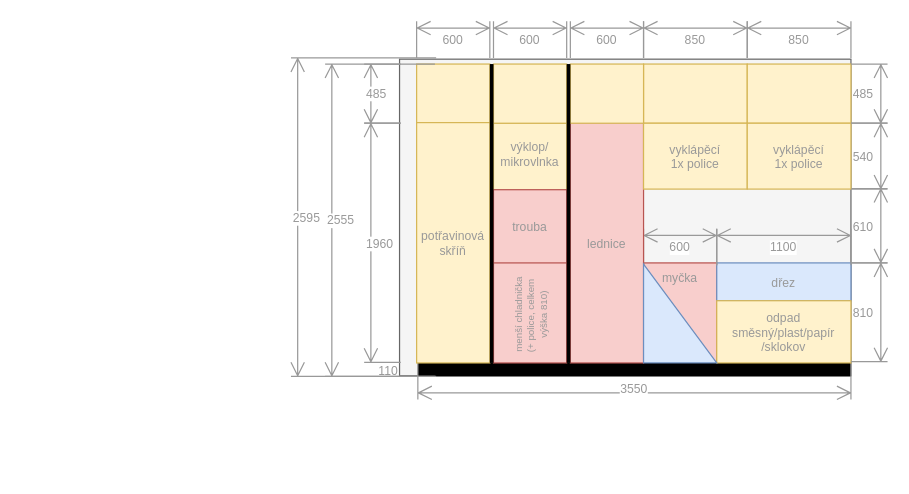
This is docs/src/static/drawings/kitchen.wall-watter.drawio from surquest/flat-renovation, a draw.io file, before an edit. Source tidied: cells renumbered, new cells numbered last; positions are measured from the earlier drawing's top-left corner, leaving out a move shared by most shapes. Both pictures are drawn from the tidied source at 122%, with x=0, y=0 at pixel (290, 21).
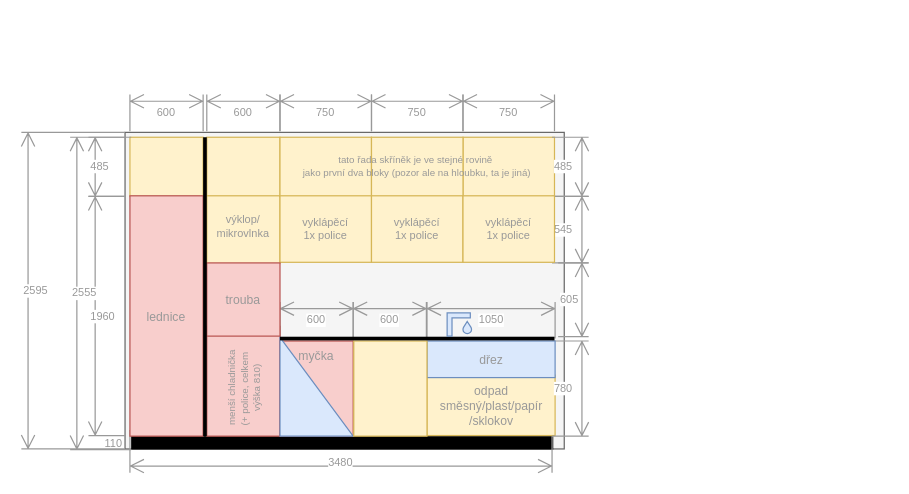
Above is the later version.

Change to the diagram source:
```diff
@@
-    <mxCell id="2" style="rounded=0;whiteSpace=wrap;html=1;strokeColor=#666666;fillColor=#f5f5f5;fontColor=#999999;fontSize=10;" parent="1" vertex="1">
-      <mxGeometry x="89" y="31" width="370" height="259.5" as="geometry" />
-    </mxCell>
-    <mxCell id="3" style="rounded=0;whiteSpace=wrap;html=1;fillColor=#fff2cc;strokeColor=#d6b656;fontSize=10;fontColor=#999999;" parent="1" vertex="1">
-      <mxGeometry x="166" y="83.5" width="60" height="56.5" as="geometry" />
-    </mxCell>
-    <mxCell id="4" style="rounded=0;whiteSpace=wrap;html=1;fillColor=#000000;fontColor=#999999;strokeColor=none;fontSize=10;flipV=1;" parent="1" vertex="1">
-      <mxGeometry x="104" y="280" width="355" height="11" as="geometry" />
-    </mxCell>
-    <mxCell id="5" style="rounded=0;whiteSpace=wrap;html=1;fillColor=#f8cecc;strokeColor=#b85450;fontSize=10;" parent="1" vertex="1">
-      <mxGeometry x="166" y="190" width="60" height="90" as="geometry" />
-    </mxCell>
+    <mxCell id="41" style="rounded=0;whiteSpace=wrap;html=1;strokeColor=#666666;fillColor=#f5f5f5;fontColor=#999999;fontSize=10;" parent="1" vertex="1">
+      <mxGeometry x="-136" y="91" width="360" height="259.5" as="geometry" />
+    </mxCell>
+    <mxCell id="42" style="rounded=0;whiteSpace=wrap;html=1;fillColor=#fff2cc;strokeColor=#d6b656;fontSize=10;fontColor=#999999;" parent="1" vertex="1">
+      <mxGeometry x="-132" y="95" width="60" height="48.5" as="geometry" />
+    </mxCell>
+    <mxCell id="43" style="rounded=0;whiteSpace=wrap;html=1;fillColor=#fff2cc;strokeColor=#d6b656;fontSize=10;fontColor=#999999;" parent="1" vertex="1">
+      <mxGeometry x="-69" y="142.5" width="60" height="56" as="geometry" />
+    </mxCell>
+    <mxCell id="44" style="rounded=0;whiteSpace=wrap;html=1;fillColor=#000000;fontColor=#999999;strokeColor=none;fontSize=10;flipV=1;" parent="1" vertex="1">
+      <mxGeometry x="-131" y="340" width="346" height="11" as="geometry" />
+    </mxCell>
+    <mxCell id="45" style="rounded=0;whiteSpace=wrap;html=1;fillColor=#fff2cc;strokeColor=#d6b656;fontSize=10;fontColor=#999999;" parent="1" vertex="1">
+      <mxGeometry x="141" y="95" width="75" height="48.5" as="geometry" />
+    </mxCell>
+    <mxCell id="46" style="rounded=0;whiteSpace=wrap;html=1;fillColor=#f8cecc;strokeColor=#b85450;fontSize=10;" parent="1" vertex="1">
+      <mxGeometry x="-69" y="250" width="60" height="90" as="geometry" />
+    </mxCell>
-    <mxCell id="6" value="110" style="shape=dimension;direction=south;whiteSpace=wrap;html=1;align=right;verticalAlign=middle;labelBackgroundColor=#ffffff;strokeColor=none;fontSize=10;fontColor=#999999;" parent="1" vertex="1">
-      <mxGeometry x="50" y="280" width="40" height="11" as="geometry" />
+    <mxCell id="6" value="110" style="shape=dimension;direction=south;whiteSpace=wrap;html=1;align=right;verticalAlign=middle;labelBackgroundColor=#ffffff;strokeColor=none;fontSize=9;fontColor=#999999;" parent="1" vertex="1">
+      <mxGeometry x="-176" y="340" width="40" height="11" as="geometry" />
     </mxCell>
     <mxCell id="7" value="myčka" style="rounded=0;whiteSpace=wrap;html=1;fillColor=#f8cecc;strokeColor=#b85450;fontColor=#999999;fontSize=10;verticalAlign=top;" parent="1" vertex="1">
-      <mxGeometry x="289" y="198" width="60" height="81" as="geometry" />
+      <mxGeometry x="-9" y="262" width="60" height="78" as="geometry" />
     </mxCell>
-    <mxCell id="8" value="3550" style="shape=dimension;direction=east;whiteSpace=wrap;html=1;align=center;verticalAlign=bottom;spacingTop=-8;labelBackgroundColor=#ffffff;strokeColor=#999999;fontSize=10;fontColor=#999999;" parent="1" vertex="1">
-      <mxGeometry x="104" y="275" width="355" height="35" as="geometry" />
-    </mxCell>
-    <mxCell id="9" value="600" style="shape=dimension;direction=west;whiteSpace=wrap;html=1;align=center;verticalAlign=middle;labelBackgroundColor=#ffffff;strokeColor=#999999;fontSize=10;fontColor=#999999;" parent="1" vertex="1">
-      <mxGeometry x="166" width="60" height="30" as="geometry" />
-    </mxCell>
-    <mxCell id="10" value="dřez" style="rounded=0;whiteSpace=wrap;html=1;fillColor=#dae8fc;strokeColor=#6c8ebf;fontSize=10;fontColor=#999999;" parent="1" vertex="1">
-      <mxGeometry x="349" y="198" width="110" height="31" as="geometry" />
-    </mxCell>
-    <mxCell id="11" value="610" style="shape=dimension;direction=south;whiteSpace=wrap;html=1;align=left;verticalAlign=middle;labelBackgroundColor=#ffffff;strokeColor=#999999;flipV=1;flipH=1;fontSize=10;fontColor=#999999;" parent="1" vertex="1">
-      <mxGeometry x="459" y="137" width="30" height="61" as="geometry" />
-    </mxCell>
+    <mxCell id="47" value="3480" style="shape=dimension;direction=east;whiteSpace=wrap;html=1;align=center;verticalAlign=bottom;spacingTop=-8;labelBackgroundColor=#ffffff;strokeColor=#999999;fontSize=9;fontColor=#999999;" parent="1" vertex="1">
+      <mxGeometry x="-132" y="335" width="346" height="35" as="geometry" />
+    </mxCell>
+    <mxCell id="48" value="600" style="shape=dimension;direction=west;whiteSpace=wrap;html=1;align=center;verticalAlign=middle;labelBackgroundColor=#ffffff;strokeColor=#999999;fontSize=9;fontColor=#999999;" parent="1" vertex="1">
+      <mxGeometry x="-69" y="60" width="60" height="30" as="geometry" />
+    </mxCell>
+    <mxCell id="49" value="605" style="shape=dimension;direction=south;whiteSpace=wrap;html=1;align=left;verticalAlign=middle;labelBackgroundColor=#ffffff;strokeColor=#999999;flipV=1;flipH=1;fontSize=9;fontColor=#999999;" parent="1" vertex="1">
+      <mxGeometry x="219" y="198" width="25" height="60.5" as="geometry" />
+    </mxCell>
-    <mxCell id="12" value="2595" style="shape=dimension;direction=south;whiteSpace=wrap;html=1;align=left;verticalAlign=middle;labelBackgroundColor=#ffffff;strokeColor=#999999;fontSize=10;fontColor=#999999;" parent="1" vertex="1">
-      <mxGeometry y="30" width="119" height="261" as="geometry" />
+    <mxCell id="12" value="2595" style="shape=dimension;direction=south;whiteSpace=wrap;html=1;align=left;verticalAlign=middle;labelBackgroundColor=#ffffff;strokeColor=#999999;fontSize=9;fontColor=#999999;" parent="1" vertex="1">
+      <mxGeometry x="-221" y="91" width="85" height="259.5" as="geometry" />
     </mxCell>
-    <mxCell id="13" value="1960" style="shape=dimension;direction=south;whiteSpace=wrap;html=1;align=left;verticalAlign=middle;labelBackgroundColor=#ffffff;strokeColor=#999999;fontSize=10;fontColor=#999999;" parent="1" vertex="1">
-      <mxGeometry x="60" y="83.5" width="30" height="196" as="geometry" />
+    <mxCell id="13" value="1960" style="shape=dimension;direction=south;whiteSpace=wrap;html=1;align=left;verticalAlign=middle;labelBackgroundColor=#ffffff;strokeColor=#999999;fontSize=9;fontColor=#999999;" parent="1" vertex="1">
+      <mxGeometry x="-166" y="143.5" width="30" height="196" as="geometry" />
     </mxCell>
     <mxCell id="14" value="odpad&lt;br style=&quot;font-size: 10px;&quot;&gt;směsný/plast/papír&lt;div&gt;/sklo&lt;span style=&quot;background-color: initial;&quot;&gt;kov&lt;/span&gt;&lt;/div&gt;" style="rounded=0;whiteSpace=wrap;html=1;fillColor=#fff2cc;strokeColor=#d6b656;fontColor=#999999;fontSize=10;" parent="1" vertex="1">
-      <mxGeometry x="349" y="229" width="110" height="51" as="geometry" />
+      <mxGeometry x="111.5" y="290" width="105" height="49.5" as="geometry" />
     </mxCell>
-    <mxCell id="15" value="1100" style="shape=dimension;direction=west;whiteSpace=wrap;html=1;align=center;verticalAlign=middle;labelBackgroundColor=#ffffff;strokeColor=#999999;fontSize=10;fontColor=#999999;" parent="1" vertex="1">
-      <mxGeometry x="349" y="170" width="110" height="30" as="geometry" />
-    </mxCell>
-    <mxCell id="16" style="rounded=0;whiteSpace=wrap;html=1;fillColor=#fff2cc;strokeColor=#d6b656;fontSize=10;fontColor=#999999;" parent="1" vertex="1">
-      <mxGeometry x="103" y="35" width="60" height="48.5" as="geometry" />
-    </mxCell>
-    <mxCell id="17" value="600" style="shape=dimension;direction=west;whiteSpace=wrap;html=1;align=center;verticalAlign=middle;labelBackgroundColor=#ffffff;strokeColor=#999999;fontSize=10;fontColor=#999999;" parent="1" vertex="1">
-      <mxGeometry x="289" y="170" width="60" height="30" as="geometry" />
-    </mxCell>
+    <mxCell id="50" value="600" style="shape=dimension;direction=west;whiteSpace=wrap;html=1;align=center;verticalAlign=middle;labelBackgroundColor=#ffffff;strokeColor=#999999;fontSize=9;fontColor=#999999;" parent="1" vertex="1">
+      <mxGeometry x="-9" y="230" width="60" height="30" as="geometry" />
+    </mxCell>
     <mxCell id="18" value="lednice" style="rounded=0;whiteSpace=wrap;html=1;fillColor=#f8cecc;strokeColor=#b85450;fontColor=#999999;fontSize=10;" parent="1" vertex="1">
-      <mxGeometry x="229" y="83" width="60" height="197" as="geometry" />
+      <mxGeometry x="-132" y="143" width="60" height="197" as="geometry" />
     </mxCell>
-    <mxCell id="19" style="verticalLabelPosition=bottom;verticalAlign=top;html=1;shape=mxgraph.basic.orthogonal_triangle;strokeColor=#6c8ebf;fillColor=#dae8fc;fontSize=10;fontColor=#999999;" parent="1" vertex="1">
-      <mxGeometry x="289" y="199" width="60" height="81" as="geometry" />
-    </mxCell>
-    <mxCell id="20" style="rounded=0;whiteSpace=wrap;html=1;fillColor=#fff2cc;strokeColor=#d6b656;fontSize=10;fontColor=#999999;" parent="1" vertex="1">
-      <mxGeometry x="166" y="35" width="60" height="48.5" as="geometry" />
-    </mxCell>
-    <mxCell id="21" value="600" style="shape=dimension;direction=west;whiteSpace=wrap;html=1;align=center;verticalAlign=middle;labelBackgroundColor=#ffffff;strokeColor=#999999;fontSize=10;fontColor=#999999;" parent="1" vertex="1">
-      <mxGeometry x="229" width="60" height="30" as="geometry" />
-    </mxCell>
-    <mxCell id="22" style="rounded=0;whiteSpace=wrap;html=1;fillColor=#fff2cc;strokeColor=#d6b656;fontSize=10;fontColor=#999999;" parent="1" vertex="1">
-      <mxGeometry x="289" y="35" width="85" height="48.5" as="geometry" />
-    </mxCell>
-    <mxCell id="23" style="rounded=0;whiteSpace=wrap;html=1;fillColor=#fff2cc;strokeColor=#d6b656;fontSize=10;fontColor=#999999;" parent="1" vertex="1">
-      <mxGeometry x="374" y="35" width="85" height="48.5" as="geometry" />
-    </mxCell>
-    <mxCell id="24" value="850" style="shape=dimension;direction=west;whiteSpace=wrap;html=1;align=center;verticalAlign=middle;labelBackgroundColor=#ffffff;strokeColor=#999999;fontSize=10;fontColor=#999999;" parent="1" vertex="1">
-      <mxGeometry x="289" width="85" height="30" as="geometry" />
-    </mxCell>
-    <mxCell id="25" value="850" style="shape=dimension;direction=west;whiteSpace=wrap;html=1;align=center;verticalAlign=middle;labelBackgroundColor=#ffffff;strokeColor=#999999;fontSize=10;fontColor=#999999;" parent="1" vertex="1">
-      <mxGeometry x="374" width="85" height="30" as="geometry" />
-    </mxCell>
-    <mxCell id="26" value="potřavinová skříň" style="rounded=0;whiteSpace=wrap;html=1;fillColor=#fff2cc;strokeColor=#d6b656;fontSize=10;fontColor=#999999;" parent="1" vertex="1">
-      <mxGeometry x="103" y="83" width="60" height="197" as="geometry" />
-    </mxCell>
+    <mxCell id="51" style="verticalLabelPosition=bottom;verticalAlign=top;html=1;shape=mxgraph.basic.orthogonal_triangle;strokeColor=#6c8ebf;fillColor=#dae8fc;fontSize=10;fontColor=#999999;" parent="1" vertex="1">
+      <mxGeometry x="-9" y="259" width="60" height="81" as="geometry" />
+    </mxCell>
+    <mxCell id="52" style="rounded=0;whiteSpace=wrap;html=1;fillColor=#fff2cc;strokeColor=#d6b656;fontSize=10;fontColor=#999999;" parent="1" vertex="1">
+      <mxGeometry x="-69" y="95" width="60" height="48" as="geometry" />
+    </mxCell>
+    <mxCell id="53" style="rounded=0;whiteSpace=wrap;html=1;fillColor=#fff2cc;strokeColor=#d6b656;fontSize=10;fontColor=#999999;" parent="1" vertex="1">
+      <mxGeometry x="-9" y="95" width="75" height="48.5" as="geometry" />
+    </mxCell>
+    <mxCell id="54" style="rounded=0;whiteSpace=wrap;html=1;fillColor=#fff2cc;strokeColor=#d6b656;fontSize=10;fontColor=#999999;" parent="1" vertex="1">
+      <mxGeometry x="66" y="95" width="75" height="48.5" as="geometry" />
+    </mxCell>
+    <mxCell id="55" value="750" style="shape=dimension;direction=west;whiteSpace=wrap;html=1;align=center;verticalAlign=middle;labelBackgroundColor=#ffffff;strokeColor=#999999;fontSize=9;fontColor=#999999;" parent="1" vertex="1">
+      <mxGeometry x="-9" y="60" width="75" height="30" as="geometry" />
+    </mxCell>
+    <mxCell id="56" value="750" style="shape=dimension;direction=west;whiteSpace=wrap;html=1;align=center;verticalAlign=middle;labelBackgroundColor=#ffffff;strokeColor=#999999;fontSize=9;fontColor=#999999;" parent="1" vertex="1">
+      <mxGeometry x="141" y="60" width="75" height="30" as="geometry" />
+    </mxCell>
-    <mxCell id="27" value="2555" style="shape=dimension;direction=south;whiteSpace=wrap;html=1;align=left;verticalAlign=middle;labelBackgroundColor=#ffffff;strokeColor=#999999;fontSize=10;fontColor=#999999;" parent="1" vertex="1">
-      <mxGeometry x="28" y="35" width="90" height="256" as="geometry" />
+    <mxCell id="27" value="2555" style="shape=dimension;direction=south;whiteSpace=wrap;html=1;align=left;verticalAlign=middle;labelBackgroundColor=#ffffff;strokeColor=#999999;fontSize=9;fontColor=#999999;" parent="1" vertex="1">
+      <mxGeometry x="-181" y="95" width="50" height="256" as="geometry" />
     </mxCell>
-    <mxCell id="28" value="485" style="shape=dimension;direction=south;whiteSpace=wrap;html=1;align=left;verticalAlign=middle;labelBackgroundColor=#ffffff;strokeColor=#999999;flipV=1;flipH=1;fontSize=10;fontColor=#999999;" parent="1" vertex="1">
-      <mxGeometry x="459" y="35" width="30" height="48.5" as="geometry" />
-    </mxCell>
-    <mxCell id="29" value="&lt;span style=&quot;font-size: 10px;&quot;&gt;vyklápěcí&lt;/span&gt;&lt;div&gt;&lt;span style=&quot;font-size: 10px;&quot;&gt;1x police&lt;/span&gt;&lt;/div&gt;" style="rounded=0;whiteSpace=wrap;html=1;fillColor=#fff2cc;strokeColor=#d6b656;fontSize=10;fontColor=#999999;" parent="1" vertex="1">
-      <mxGeometry x="289" y="83.5" width="85" height="54" as="geometry" />
-    </mxCell>
-    <mxCell id="30" value="vyklápěcí&lt;div&gt;1x police&lt;/div&gt;" style="rounded=0;whiteSpace=wrap;html=1;fillColor=#fff2cc;strokeColor=#d6b656;fontSize=10;fontColor=#999999;" parent="1" vertex="1">
-      <mxGeometry x="374" y="83.5" width="85" height="54" as="geometry" />
-    </mxCell>
-    <mxCell id="31" value="540" style="shape=dimension;direction=south;whiteSpace=wrap;html=1;align=left;verticalAlign=middle;labelBackgroundColor=#ffffff;strokeColor=#999999;flipV=1;flipH=1;fontSize=10;fontColor=#999999;" parent="1" vertex="1">
-      <mxGeometry x="459" y="83.5" width="30" height="54" as="geometry" />
-    </mxCell>
-    <mxCell id="32" value="485" style="shape=dimension;direction=south;whiteSpace=wrap;html=1;align=left;verticalAlign=middle;labelBackgroundColor=#ffffff;strokeColor=#999999;flipV=1;flipH=0;fontSize=10;fontColor=#999999;" parent="1" vertex="1">
-      <mxGeometry x="60" y="35" width="30" height="48.5" as="geometry" />
-    </mxCell>
-    <mxCell id="33" value="810" style="shape=dimension;direction=south;whiteSpace=wrap;html=1;align=left;verticalAlign=middle;labelBackgroundColor=#ffffff;strokeColor=#999999;flipV=1;flipH=1;fontSize=10;fontColor=#999999;" parent="1" vertex="1">
-      <mxGeometry x="459" y="198" width="30" height="81" as="geometry" />
-    </mxCell>
-    <mxCell id="34" style="rounded=0;whiteSpace=wrap;html=1;fillColor=#fff2cc;strokeColor=#d6b656;fontSize=10;fontColor=#999999;" parent="1" vertex="1">
-      <mxGeometry x="229" y="35" width="60" height="48.5" as="geometry" />
-    </mxCell>
+    <mxCell id="57" value="485" style="shape=dimension;direction=south;whiteSpace=wrap;html=1;align=left;verticalAlign=middle;labelBackgroundColor=#ffffff;strokeColor=#999999;flipV=1;flipH=1;fontSize=9;fontColor=#999999;" parent="1" vertex="1">
+      <mxGeometry x="214" y="95" width="30" height="48.5" as="geometry" />
+    </mxCell>
+    <mxCell id="58" value="&lt;span style=&quot;font-size: 9px;&quot;&gt;vyklápěcí&lt;/span&gt;&lt;div style=&quot;font-size: 9px;&quot;&gt;&lt;span style=&quot;font-size: 9px;&quot;&gt;1x police&lt;/span&gt;&lt;/div&gt;" style="rounded=0;whiteSpace=wrap;html=1;fillColor=#fff2cc;strokeColor=#d6b656;fontSize=9;fontColor=#999999;" parent="1" vertex="1">
+      <mxGeometry x="-9" y="143" width="75" height="54.5" as="geometry" />
+    </mxCell>
+    <mxCell id="59" value="vyklápěcí&lt;div style=&quot;font-size: 9px;&quot;&gt;1x police&lt;/div&gt;" style="rounded=0;whiteSpace=wrap;html=1;fillColor=#fff2cc;strokeColor=#d6b656;fontSize=9;fontColor=#999999;" parent="1" vertex="1">
+      <mxGeometry x="66" y="143" width="75" height="54.5" as="geometry" />
+    </mxCell>
+    <mxCell id="60" value="545" style="shape=dimension;direction=south;whiteSpace=wrap;html=1;align=left;verticalAlign=middle;labelBackgroundColor=#ffffff;strokeColor=#999999;flipV=1;flipH=1;fontSize=9;fontColor=#999999;" parent="1" vertex="1">
+      <mxGeometry x="214" y="143.5" width="30" height="54.5" as="geometry" />
+    </mxCell>
+    <mxCell id="61" value="485" style="shape=dimension;direction=south;whiteSpace=wrap;html=1;align=left;verticalAlign=middle;labelBackgroundColor=#ffffff;strokeColor=#999999;flipV=1;flipH=0;fontSize=9;fontColor=#999999;" parent="1" vertex="1">
+      <mxGeometry x="-166" y="95" width="30" height="48.5" as="geometry" />
+    </mxCell>
+    <mxCell id="62" value="780" style="shape=dimension;direction=south;whiteSpace=wrap;html=1;align=left;verticalAlign=middle;labelBackgroundColor=#ffffff;strokeColor=#999999;flipV=1;flipH=1;fontSize=9;fontColor=#999999;" parent="1" vertex="1">
+      <mxGeometry x="214" y="262" width="30" height="78" as="geometry" />
+    </mxCell>
     <mxCell id="35" value="trouba" style="rounded=0;whiteSpace=wrap;html=1;fillColor=#f8cecc;strokeColor=#b85450;fontColor=#999999;fontSize=10;" parent="1" vertex="1">
-      <mxGeometry x="166" y="138" width="60" height="60" as="geometry" />
+      <mxGeometry x="-69" y="198" width="60" height="60" as="geometry" />
     </mxCell>
-    <mxCell id="36" value="výklop/&#10;mikrovlnka" style="text;overflow=hidden;rounded=0;align=center;fontSize=10;fontStyle=0;fontColor=#999999;textShadow=0;" parent="1" vertex="1">
-      <mxGeometry x="156" y="91" width="80" height="40" as="geometry" />
+    <mxCell id="36" value="výklop/&#10;mikrovlnka" style="text;overflow=hidden;rounded=0;align=center;fontSize=9;fontStyle=0;fontColor=#999999;textShadow=0;" parent="1" vertex="1">
+      <mxGeometry x="-79" y="151" width="80" height="40" as="geometry" />
     </mxCell>
-    <mxCell id="37" style="rounded=0;whiteSpace=wrap;html=1;fillColor=#000000;strokeColor=none;fontSize=10;fontColor=#999999;" parent="1" vertex="1">
-      <mxGeometry x="226" y="35" width="3" height="245" as="geometry" />
-    </mxCell>
-    <mxCell id="38" style="rounded=0;whiteSpace=wrap;html=1;fillColor=#000000;strokeColor=none;fontSize=10;fontColor=#999999;" parent="1" vertex="1">
-      <mxGeometry x="163" y="35" width="3" height="245" as="geometry" />
-    </mxCell>
-    <mxCell id="39" value="600" style="shape=dimension;direction=west;whiteSpace=wrap;html=1;align=center;verticalAlign=middle;labelBackgroundColor=#ffffff;strokeColor=#999999;fontSize=10;fontColor=#999999;" parent="1" vertex="1">
-      <mxGeometry x="103" width="60" height="30" as="geometry" />
-    </mxCell>
+    <mxCell id="63" value="600" style="shape=dimension;direction=west;whiteSpace=wrap;html=1;align=center;verticalAlign=middle;labelBackgroundColor=#ffffff;strokeColor=#999999;fontSize=9;fontColor=#999999;" parent="1" vertex="1">
+      <mxGeometry x="-132" y="60" width="60" height="30" as="geometry" />
+    </mxCell>
+    <mxCell id="64" style="rounded=0;whiteSpace=wrap;html=1;fillColor=#000000;strokeColor=none;fontSize=10;fontColor=#999999;" parent="1" vertex="1">
+      <mxGeometry x="-72" y="95" width="3" height="245" as="geometry" />
+    </mxCell>
     <mxCell id="40" value="menší chladnička&#10;(+ police, celkem &#10;výška 810)" style="text;overflow=hidden;rounded=0;align=center;fontSize=8;fontStyle=0;fontColor=#999999;textShadow=0;rotation=-90;" parent="1" vertex="1">
-      <mxGeometry x="156" y="219.5" width="80" height="40" as="geometry" />
+      <mxGeometry x="-79" y="279.5" width="80" height="40" as="geometry" />
     </mxCell>
+    <mxCell id="65" value="vyklápěcí&lt;div style=&quot;font-size: 9px;&quot;&gt;1x police&lt;/div&gt;" style="rounded=0;whiteSpace=wrap;html=1;fillColor=#fff2cc;strokeColor=#d6b656;fontSize=9;fontColor=#999999;" parent="1" vertex="1">
+      <mxGeometry x="141" y="143" width="75" height="54.5" as="geometry" />
+    </mxCell>
+    <mxCell id="66" value="750" style="shape=dimension;direction=west;whiteSpace=wrap;html=1;align=center;verticalAlign=middle;labelBackgroundColor=#ffffff;strokeColor=#999999;fontSize=9;fontColor=#999999;" parent="1" vertex="1">
+      <mxGeometry x="66" y="60" width="75" height="30" as="geometry" />
+    </mxCell>
+    <mxCell id="67" value="600" style="shape=dimension;direction=west;whiteSpace=wrap;html=1;align=center;verticalAlign=middle;labelBackgroundColor=#ffffff;strokeColor=#999999;fontSize=9;fontColor=#999999;" parent="1" vertex="1">
+      <mxGeometry x="51" y="230" width="60" height="30" as="geometry" />
+    </mxCell>
+    <mxCell id="68" value="1050" style="shape=dimension;direction=west;whiteSpace=wrap;html=1;align=center;verticalAlign=middle;labelBackgroundColor=#ffffff;strokeColor=#999999;fontSize=9;fontColor=#999999;" parent="1" vertex="1">
+      <mxGeometry x="111.5" y="230" width="105" height="30" as="geometry" />
+    </mxCell>
+    <mxCell id="10" value="dřez" style="rounded=0;whiteSpace=wrap;html=1;fillColor=#dae8fc;strokeColor=#6c8ebf;fontSize=10;fontColor=#999999;" parent="1" vertex="1">
+      <mxGeometry x="111.5" y="262" width="105" height="30" as="geometry" />
+    </mxCell>
+    <mxCell id="69" style="rounded=0;whiteSpace=wrap;html=1;fillColor=#fff2cc;strokeColor=#d6b656;fontSize=10;verticalAlign=top;" parent="1" vertex="1">
+      <mxGeometry x="51.5" y="262" width="60" height="78" as="geometry" />
+    </mxCell>
+    <mxCell id="70" style="rounded=0;whiteSpace=wrap;html=1;fillColor=#000000;strokeColor=none;fontSize=10;fontColor=#999999;rotation=90;" parent="1" vertex="1">
+      <mxGeometry x="102" y="147.5" width="3" height="225" as="geometry" />
+    </mxCell>
+    <mxCell id="71" value="tato řada skříněk je ve stejné rovině &#10;jako první dva bloky (pozor ale na hloubku, ta je jiná)&#10;" style="text;overflow=hidden;rounded=0;align=center;fontSize=8;fontStyle=0;fontColor=#999999;textShadow=0;" parent="1" vertex="1">
+      <mxGeometry x="8.5" y="103" width="190" height="40" as="geometry" />
+    </mxCell>
+    <mxCell id="72" style="shape=corner;whiteSpace=wrap;html=1;dx=4;dy=4;fillColor=#dae8fc;strokeColor=#6c8ebf;" parent="1" vertex="1">
+      <mxGeometry x="128" y="239" width="19" height="19" as="geometry" />
+    </mxCell>
+    <mxCell id="73" style="verticalLabelPosition=bottom;verticalAlign=top;html=1;shape=mxgraph.basic.drop;fillColor=#dae8fc;strokeColor=#6c8ebf;" parent="1" vertex="1">
+      <mxGeometry x="141" y="246" width="7" height="10" as="geometry" />
+    </mxCell>
```
